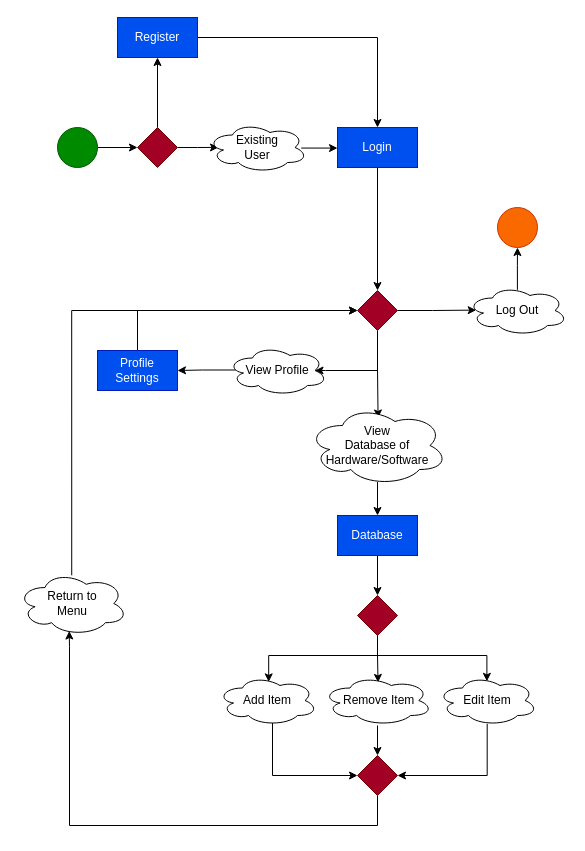
The draw.io diagram Diagrams/DataFlowDiagram_User.drawio in FJayCee/Capstone-DMIS-Project, before the edit. Source tidied: cells renumbered, new cells numbered last; positions are measured from the earlier drawing's top-left corner, leaving out a move shared by most shapes. Both pictures are drawn from the tidied source at 100%, with x=0, y=0 at pixel (17, 17).
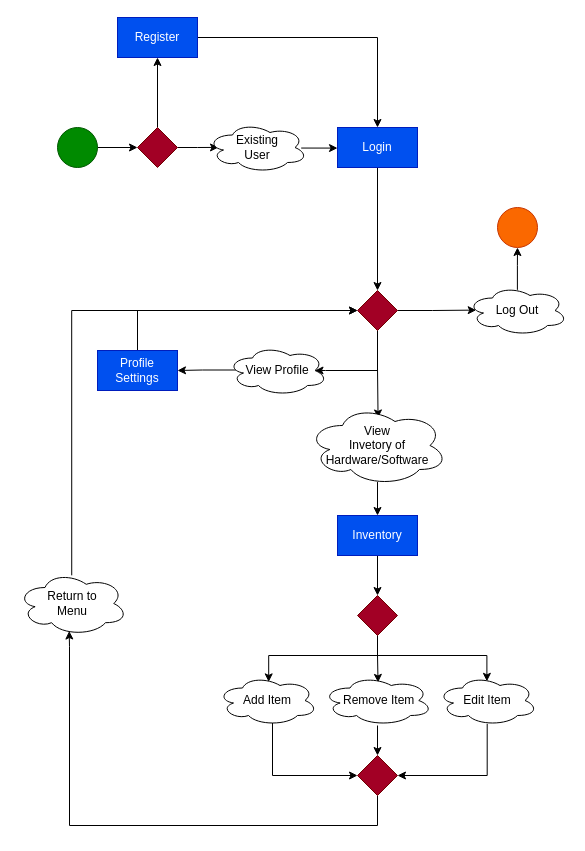
Above is the later version.

Commit message (it also covers changes not shown here):
Fixed DFD to say 'Inventory' instead of 'Database'

Diff of the diagram source:
```diff
@@
-    <mxCell id="20" value="View &lt;br&gt;Database of Hardware/Software" style="ellipse;shape=cloud;whiteSpace=wrap;html=1;" parent="1" vertex="1">
+    <mxCell id="20" value="View &lt;br&gt;Invetory of Hardware/Software" style="ellipse;shape=cloud;whiteSpace=wrap;html=1;" parent="1" vertex="1">
       <mxGeometry x="290" y="388" width="140" height="80" as="geometry" />
     </mxCell>
@@
-    <mxCell id="22" value="Database" style="rounded=0;whiteSpace=wrap;html=1;fillColor=#0050ef;fontColor=#ffffff;strokeColor=#001DBC;" parent="1" vertex="1">
+    <mxCell id="22" value="Inventory" style="rounded=0;whiteSpace=wrap;html=1;fillColor=#0050ef;fontColor=#ffffff;strokeColor=#001DBC;" parent="1" vertex="1">
       <mxGeometry x="320" y="498" width="80" height="40" as="geometry" />
     </mxCell>
```
